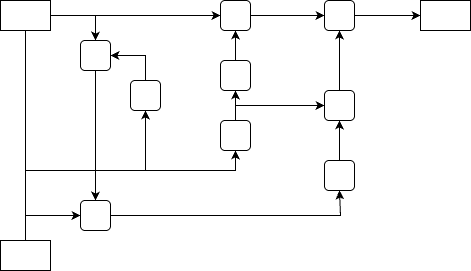
JackVittori/QML-early_exit keeps this draw.io diagram as grgnn.png. Above is the earlier version. Source tidied: cells renumbered, new cells last; positions are measured from the earlier drawing's top-left corner, leaving out a move shared by most shapes.
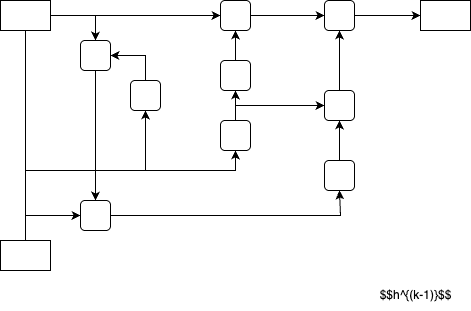
After the commit.

The edit, as a diff of the source:
```diff
@@ -1,4 +1,4 @@
-<mxGraphModel>
+<mxGraphModel math="1">
   <root>
     <mxCell id="0" />
     <mxCell id="1" parent="0" />
@@ -121,5 +121,8 @@
     <mxCell id="29" style="endArrow=classic;html=1;rounded=0;exitX=1;exitY=0.5;exitDx=0;exitDy=0;entryX=0;entryY=0.5;entryDx=0;entryDy=0;" parent="1" edge="1" source="4" target="12">
       <mxGeometry relative="1" as="geometry" />
     </mxCell>
+    <mxCell id="30" value="$$h^{(k-1)}&lt;span style=&quot;background-color: transparent; color: light-dark(rgb(0, 0, 0), rgb(255, 255, 255));&quot;&gt;$$&lt;/span&gt;" style="text;html=1;align=center;verticalAlign=middle;strokeColor=none;fillColor=none;" parent="1" vertex="1">
+      <mxGeometry x="365" y="280" width="100" height="30" as="geometry" />
+    </mxCell>
   </root>
 </mxGraphModel>
```
